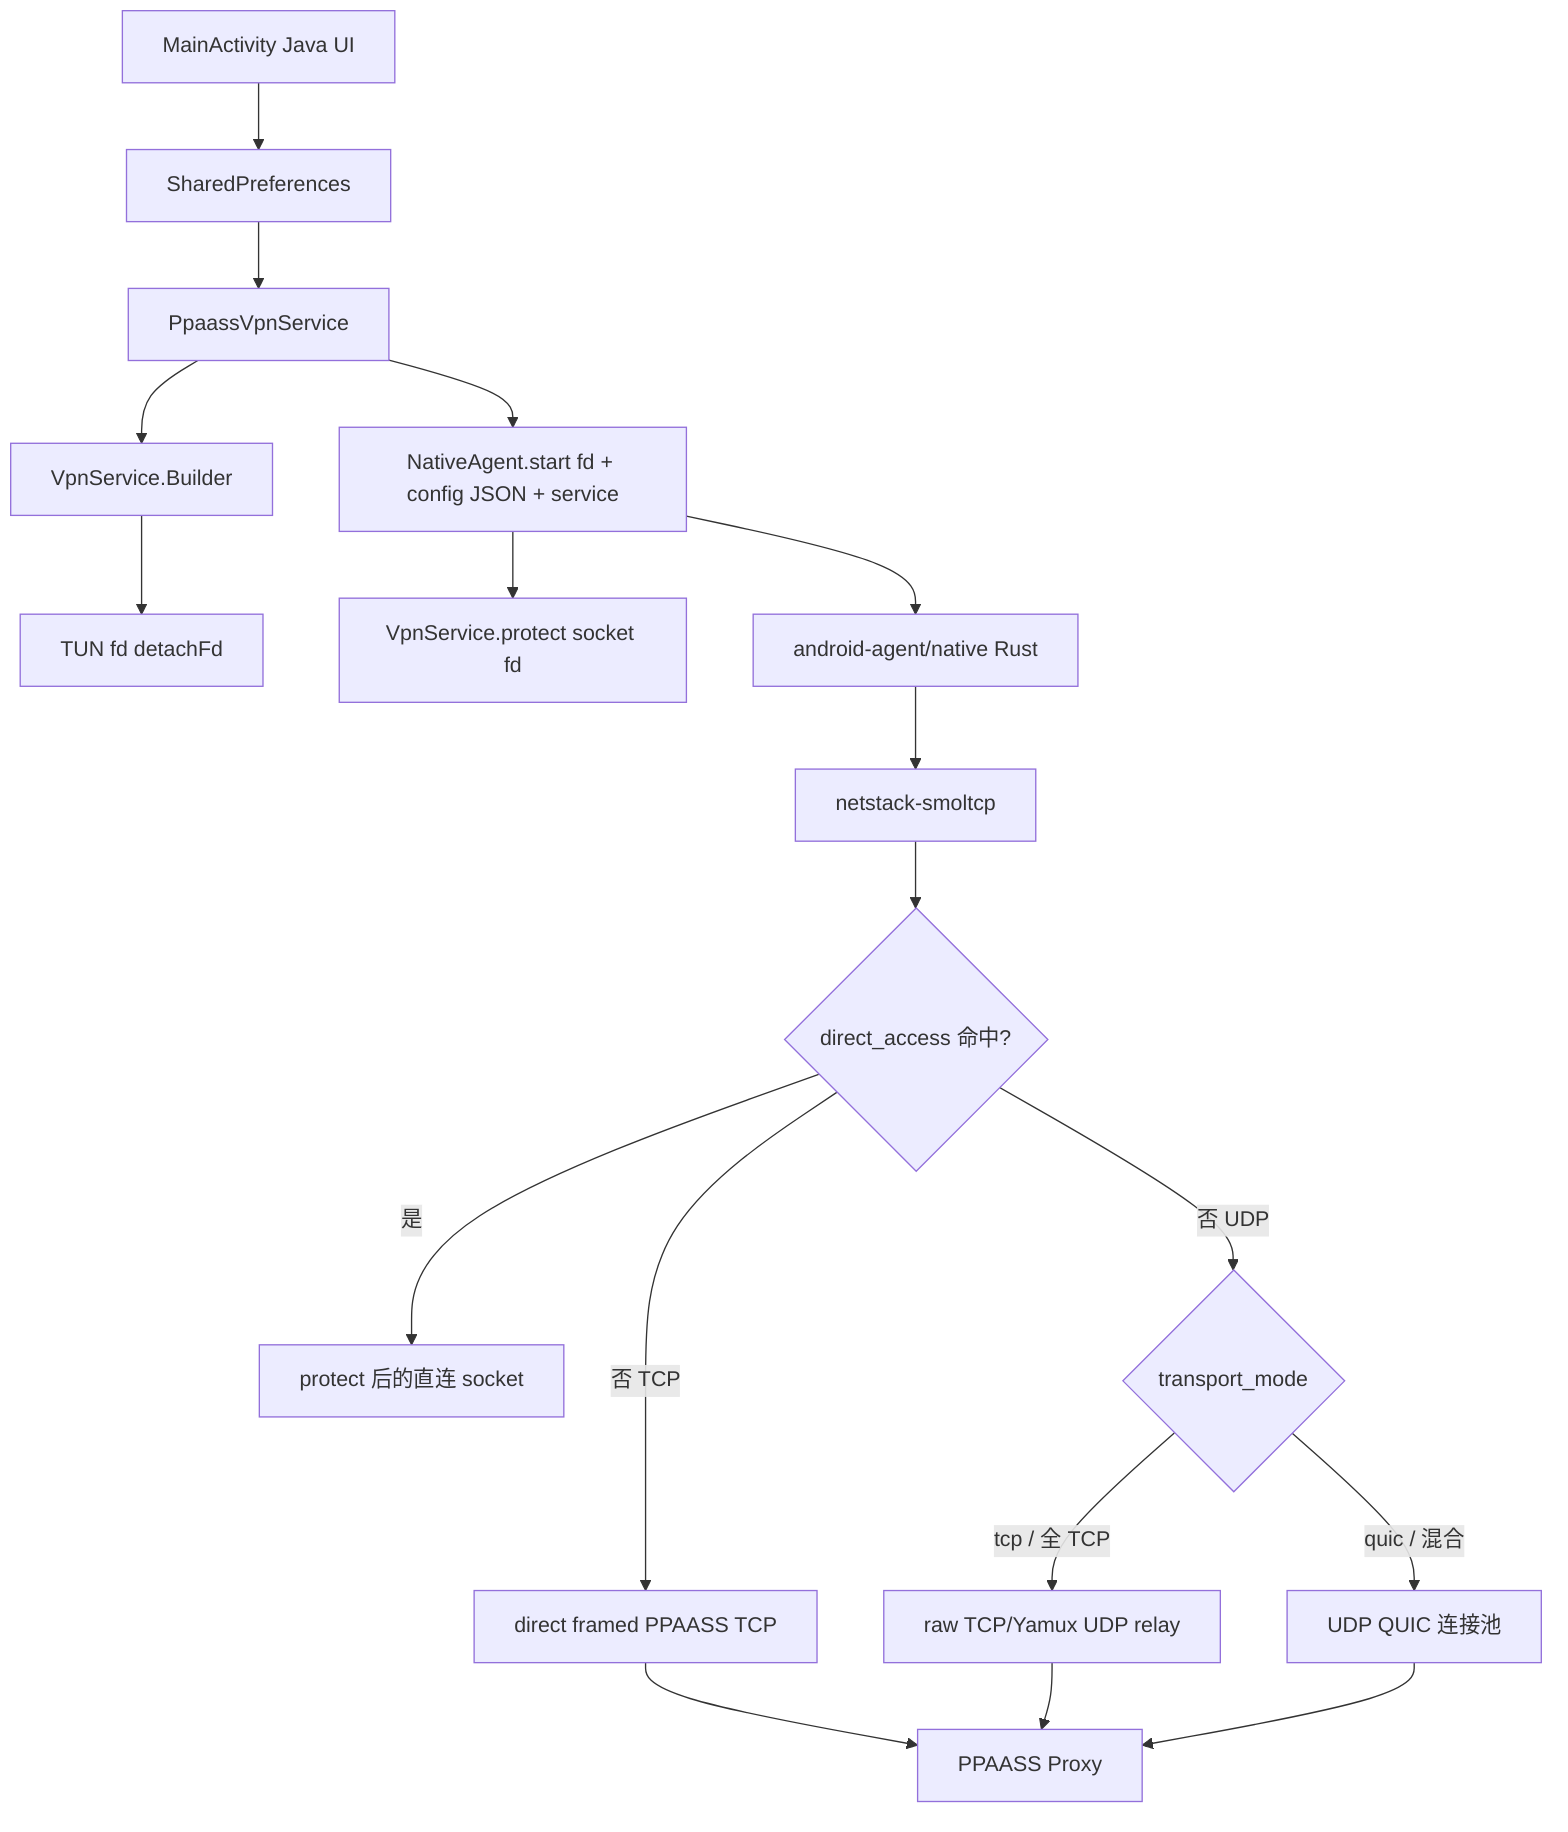
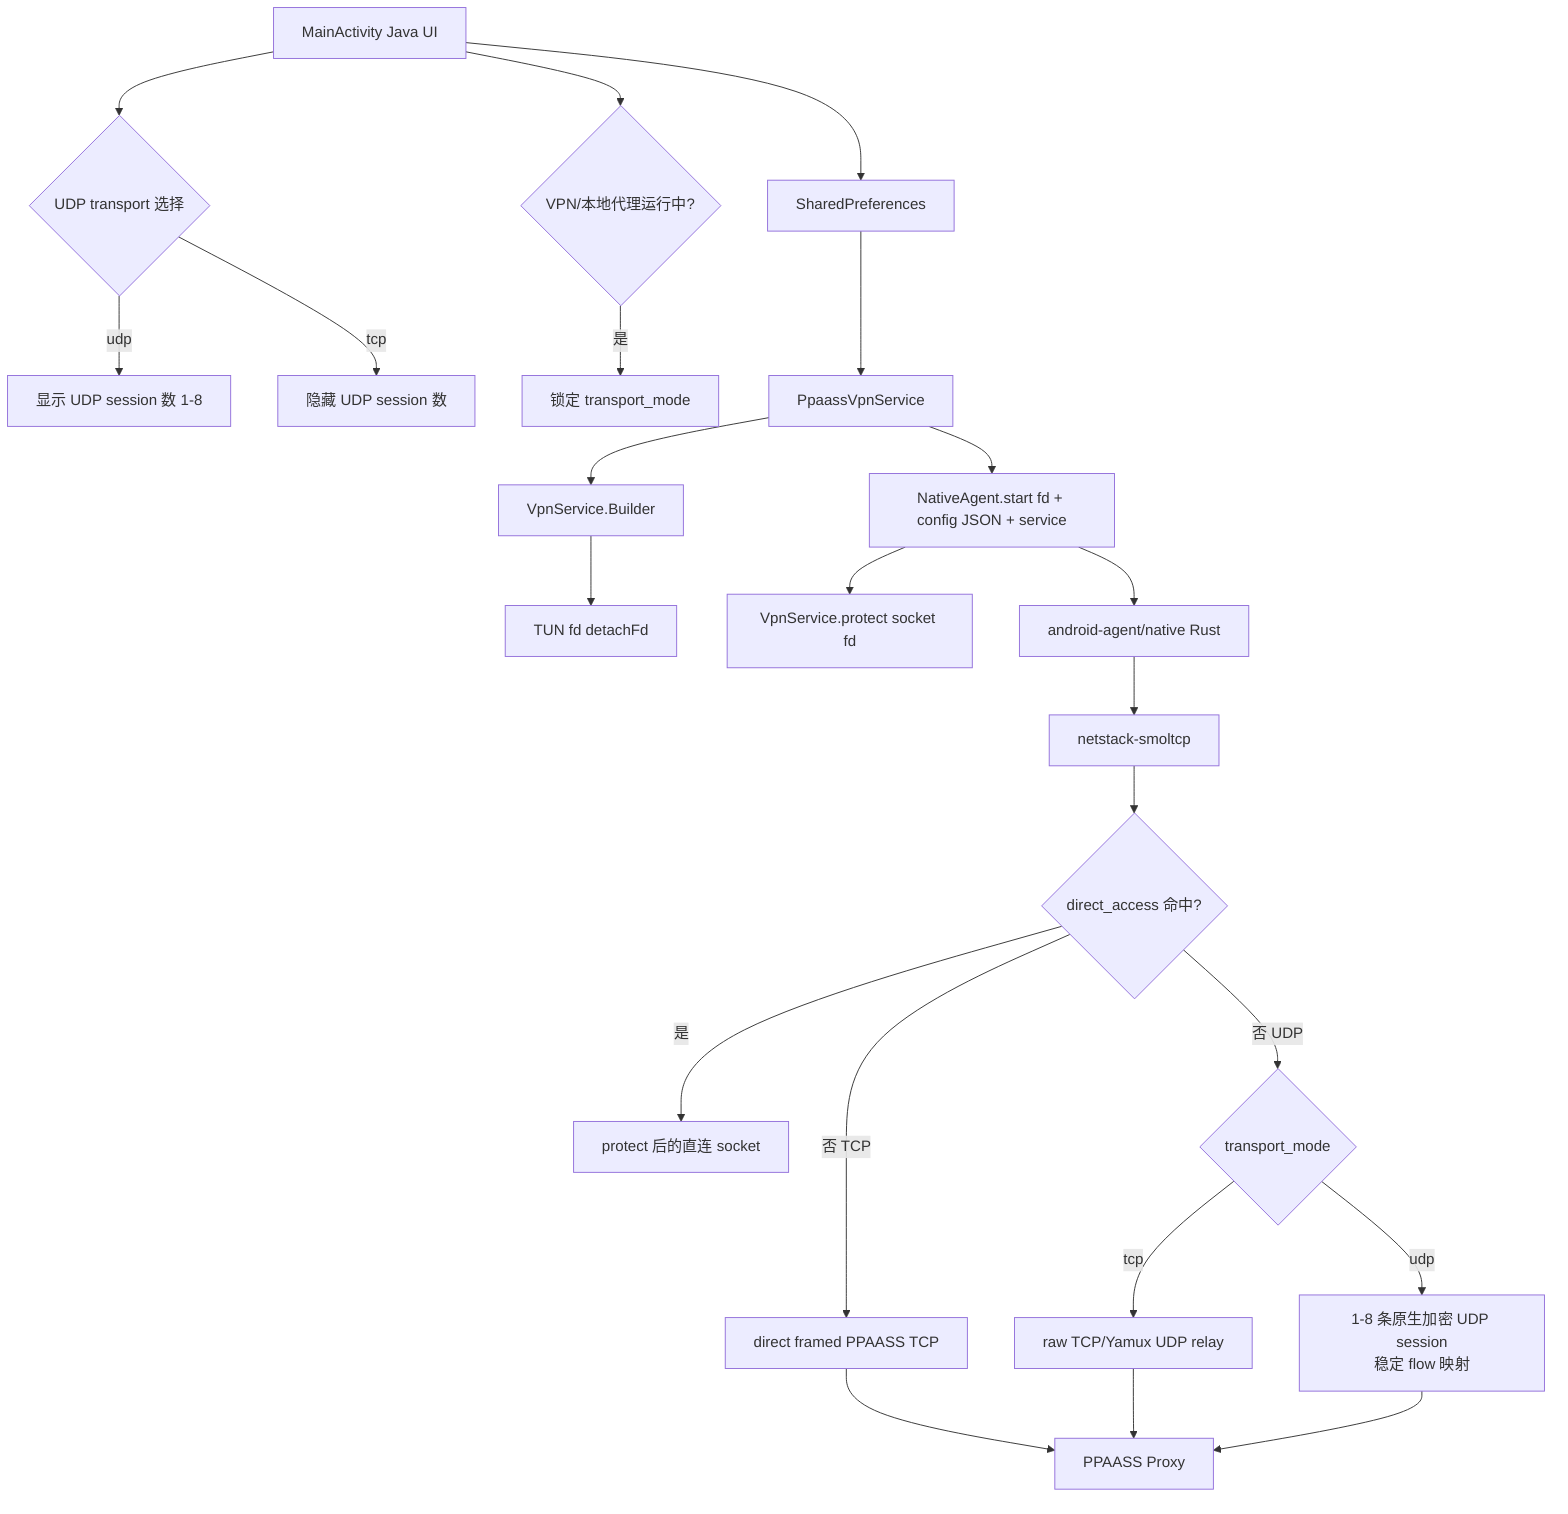
flowchart TD
-     JavaUI["MainActivity Java UI"] --> Prefs["SharedPreferences"]
+     JavaUI["MainActivity Java UI"] --> ModeUi{"UDP transport 选择"}
+     ModeUi -->|"udp"| PoolUi["显示 UDP session 数 1-8"]
+     ModeUi -->|"tcp"| HidePool["隐藏 UDP session 数"]
+     JavaUI --> Running{"VPN/本地代理运行中?"}
+     Running -->|"是"| LockMode["锁定 transport_mode"]
+     JavaUI --> Prefs["SharedPreferences"]
    Prefs --> Service["PpaassVpnService"]
    Service --> Builder["VpnService.Builder"]
    Builder --> Fd["TUN fd detachFd"]
    Service --> JNI["NativeAgent.start fd + config JSON + service"]
    JNI --> Protector["VpnService.protect socket fd"]
    JNI --> Rust["android-agent/native Rust"]
    Rust --> Netstack["netstack-smoltcp"]
    Netstack --> Direct{"direct_access 命中?"}
    Direct -->|"是"| ProtectedSocket["protect 后的直连 socket"]
    Direct -->|"否 TCP"| TcpProxy["direct framed PPAASS TCP"]
    Direct -->|"否 UDP"| UdpMode{"transport_mode"}
-     UdpMode -->|"quic / 混合"| UdpQuic["UDP QUIC 连接池"]
-     UdpMode -->|"tcp / 全 TCP"| UdpProxy["raw TCP/Yamux UDP relay"]
+     UdpMode -->|"udp"| UdpNative["1-8 条原生加密 UDP session<br/>稳定 flow 映射"]
+     UdpMode -->|"tcp"| UdpProxy["raw TCP/Yamux UDP relay"]
    TcpProxy --> Proxy["PPAASS Proxy"]
    UdpProxy --> Proxy
-     UdpQuic --> Proxy
+     UdpNative --> Proxy
